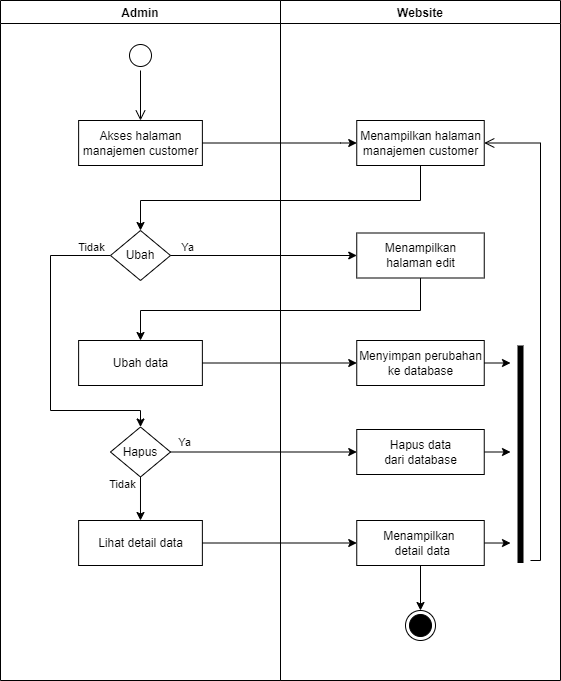
secondline16/ptsuryasafetynusantara keeps this draw.io diagram as Diagram/activity_diagram/admin/admin manajemen cutomers.drawio.png. Above is the earlier version. Source tidied: cells renumbered, new cells last; positions are measured from the earlier drawing's top-left corner, leaving out a move shared by most shapes.
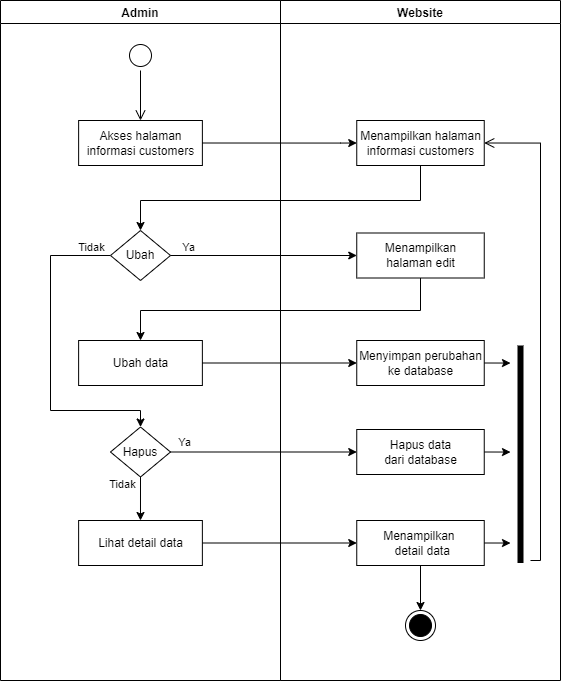
The same file after the commit.

The edit, as a diff of the source:
```diff
@@ -5,7 +5,7 @@
     <mxCell id="2" value="Website" style="swimlane;fillColor=none;" parent="1" vertex="1">
       <mxGeometry x="280" width="280" height="680" as="geometry" />
     </mxCell>
-    <mxCell id="3" value="Menampilkan halaman&lt;br&gt;manajemen customer" style="html=1;strokeColor=#000000;fillColor=default;" parent="2" vertex="1">
+    <mxCell id="3" value="Menampilkan halaman&lt;br&gt;informasi customers" style="html=1;strokeColor=#000000;fillColor=default;" parent="2" vertex="1">
       <mxGeometry x="76.2" y="120" width="127.5" height="45" as="geometry" />
     </mxCell>
     <mxCell id="4" style="ellipse;html=1;shape=endState;fillColor=#000000;strokeColor=#000000;" parent="2" vertex="1">
@@ -49,7 +49,7 @@
         <mxPoint x="140" y="120" as="targetPoint" />
       </mxGeometry>
     </mxCell>
-    <mxCell id="15" value="Akses halaman&lt;br&gt;manajemen customer" style="html=1;strokeColor=#000000;fillColor=default;" parent="12" vertex="1">
+    <mxCell id="15" value="Akses halaman&lt;br&gt;informasi customers" style="html=1;strokeColor=#000000;fillColor=default;" parent="12" vertex="1">
       <mxGeometry x="78.1" y="120" width="123.8" height="45" as="geometry" />
     </mxCell>
     <mxCell id="16" style="edgeStyle=orthogonalEdgeStyle;rounded=0;jettySize=auto;html=1;exitX=0;exitY=0.5;exitDx=0;exitDy=0;entryX=0.5;entryY=0;entryDx=0;entryDy=0;" parent="12" edge="1" source="17" target="20">
```
